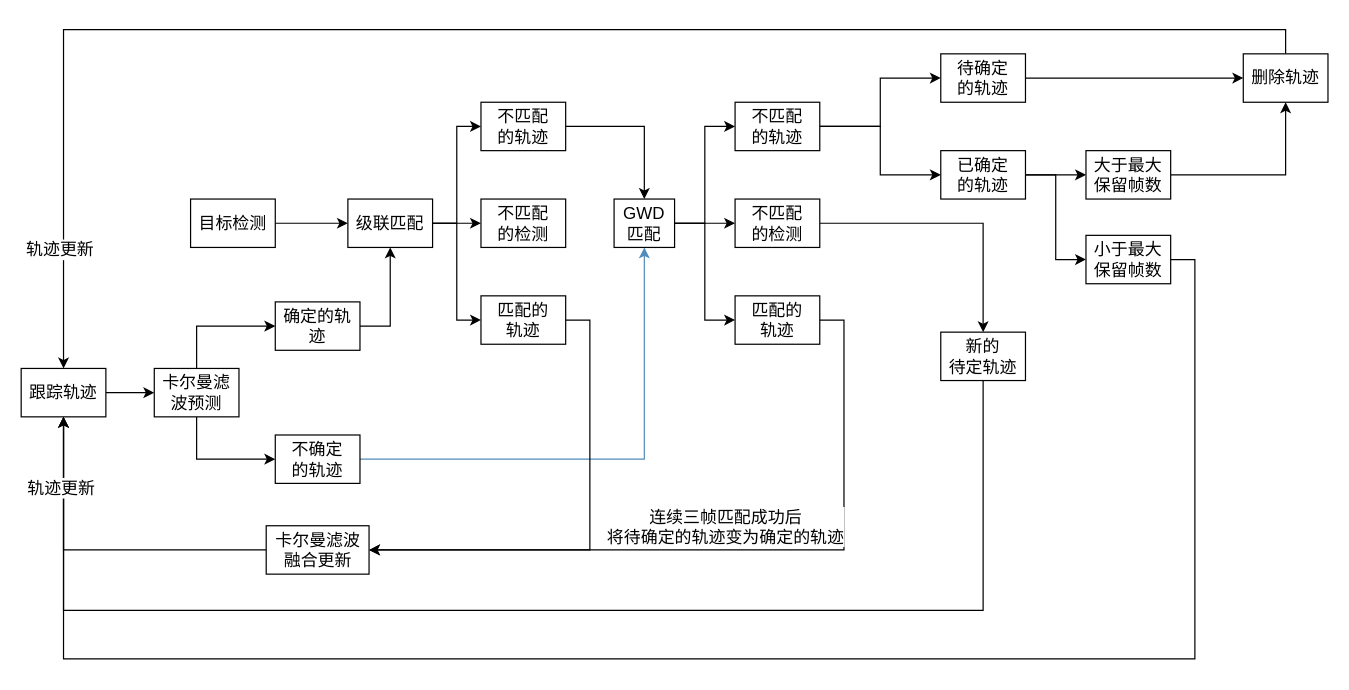
Earlier version of the draw.io diagram deepsort.drawio (ThrowYouARem/d2l-zh). Source tidied: cells renumbered, new cells numbered last; positions are measured from the earlier drawing's top-left corner, leaving out a move shared by most shapes. Both pictures are drawn from the tidied source at 121%, with x=0, y=0 at pixel (21, 53).
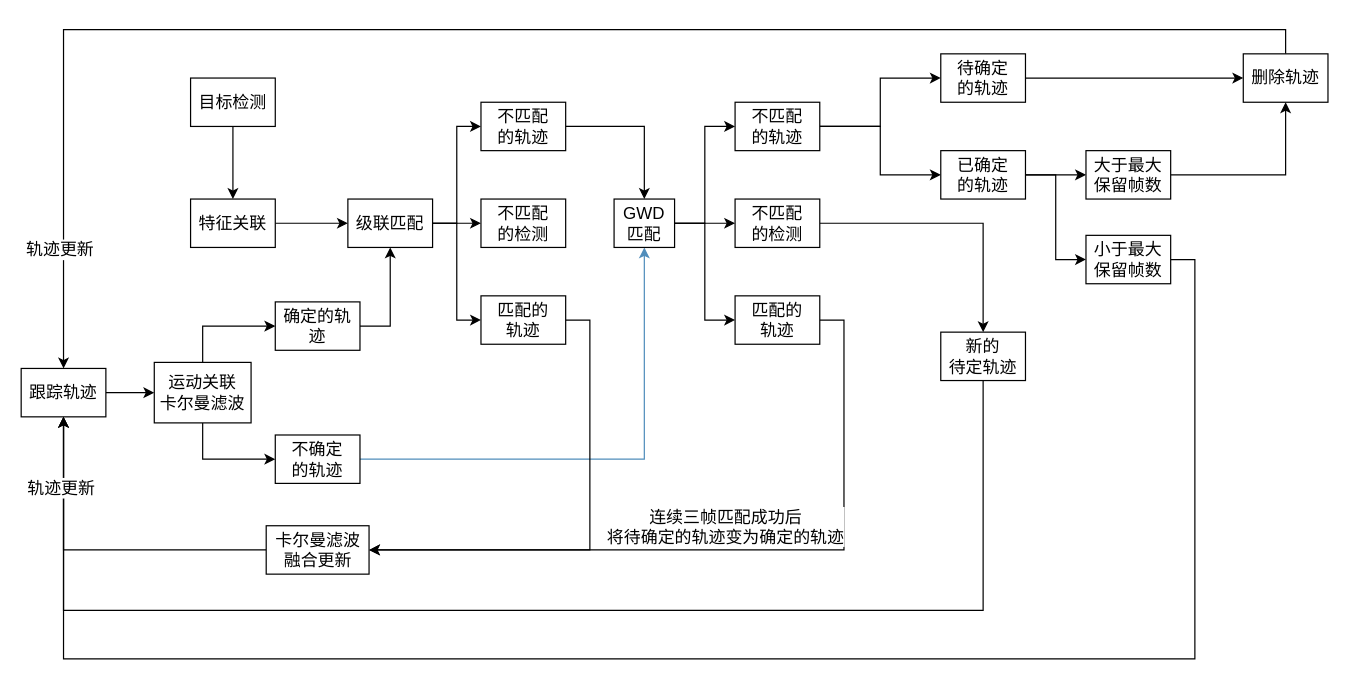
The same page after the edit.

The edit, as a diff of the source:
```diff
@@
-    <mxCell id="6" value="卡尔曼滤波预测" style="rounded=0;whiteSpace=wrap;html=1;fontSize=14;" parent="1" vertex="1">
-      <mxGeometry x="110" y="260" width="70" height="40" as="geometry" />
+    <mxCell id="6" value="运动关联&lt;div&gt;卡尔曼滤波&lt;/div&gt;" style="rounded=0;whiteSpace=wrap;html=1;fontSize=14;" parent="1" vertex="1">
+      <mxGeometry x="110" y="255" width="80" height="50" as="geometry" />
     </mxCell>
@@
-    <mxCell id="12" value="目标检测" style="rounded=0;whiteSpace=wrap;html=1;fontSize=14;" parent="1" vertex="1">
+    <mxCell id="12" value="特征关联" style="rounded=0;whiteSpace=wrap;html=1;fontSize=14;" parent="1" vertex="1">
       <mxGeometry x="140" y="120" width="70" height="40" as="geometry" />
     </mxCell>
@@
+    <mxCell id="51" style="edgeStyle=orthogonalEdgeStyle;rounded=0;jettySize=auto;html=1;exitX=0.5;exitY=1;exitDx=0;exitDy=0;" parent="1" edge="1" source="52" target="12">
+      <mxGeometry relative="1" as="geometry" />
+    </mxCell>
+    <mxCell id="52" value="目标检测" style="rounded=0;whiteSpace=wrap;html=1;fontSize=14;" parent="1" vertex="1">
+      <mxGeometry x="140" y="20" width="70" height="40" as="geometry" />
+    </mxCell>
```
